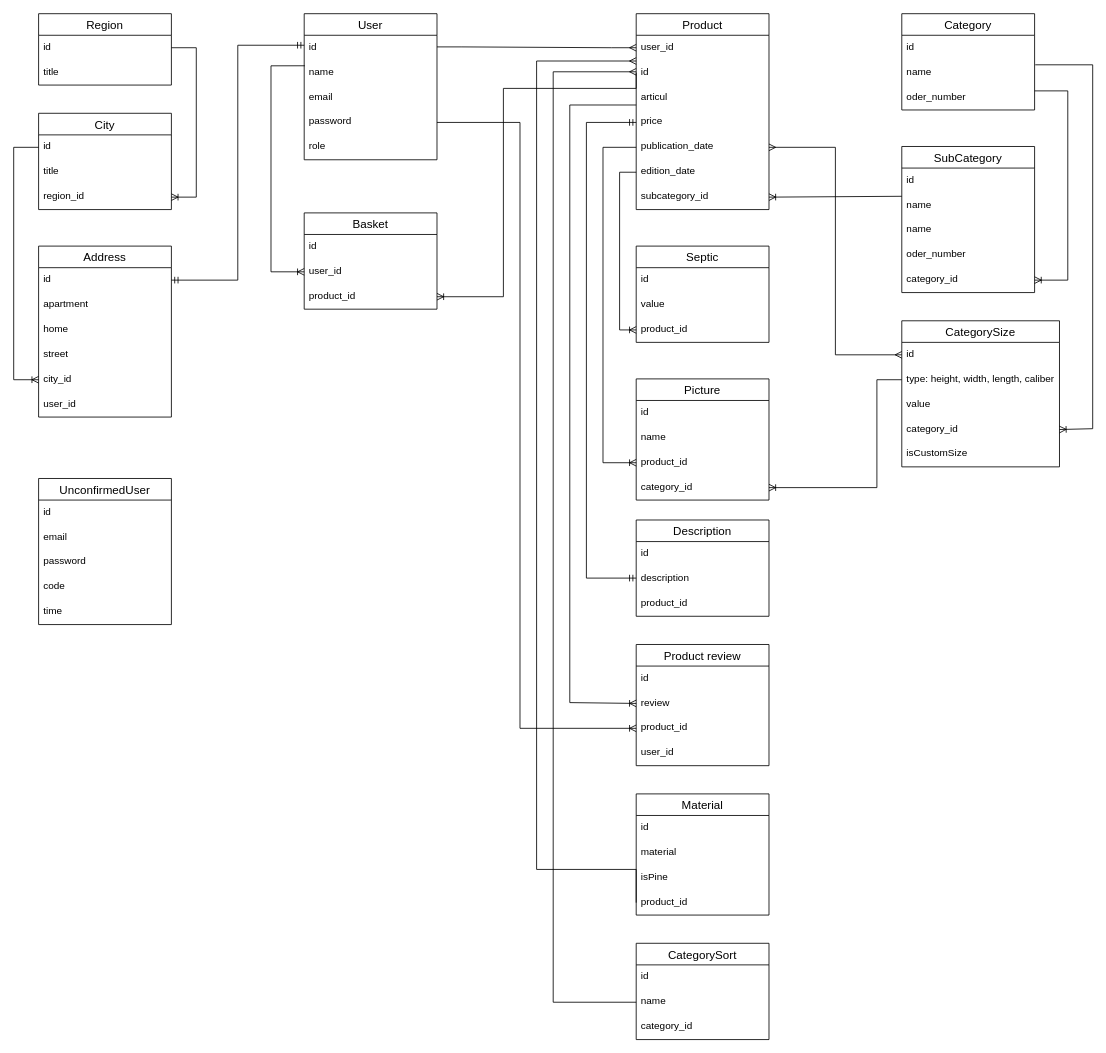
The draw.io diagram lesopilka.drawio in alexeyk500/lesopilka_backend, before the edit. Source tidied: cells renumbered, new cells numbered last; positions are measured from the earlier drawing's top-left corner, leaving out a move shared by most shapes. Both pictures are drawn from the tidied source at 83%, with x=0, y=0 at pixel (13, 13).
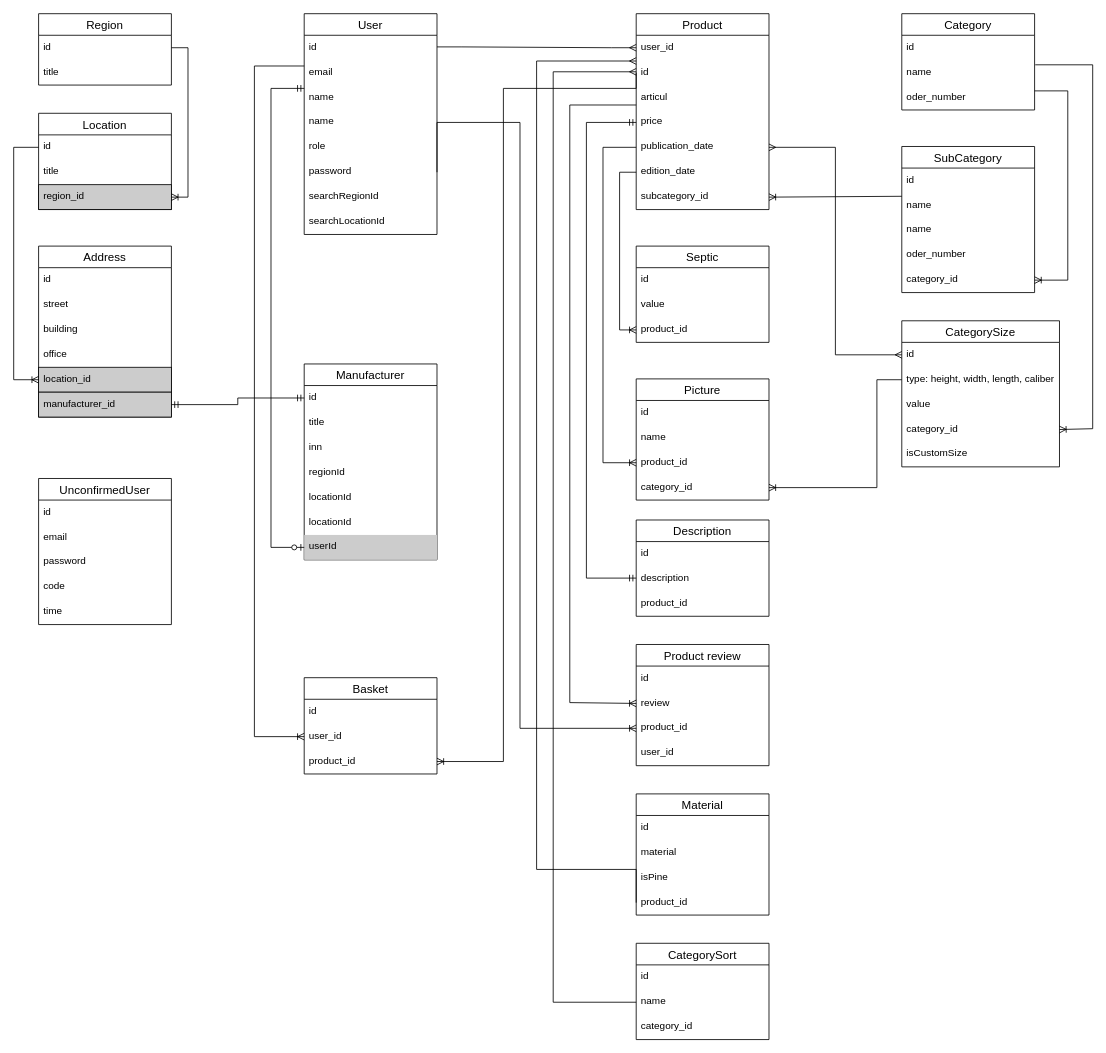
After the change.

Commit message (it also covers changes not shown here):
User Data structure - refactored

The change refers to these unchanged cells:
```xml
<mxCell id="7" value="id" style="text;strokeColor=none;fillColor=none;spacingLeft=4;spacingRight=4;overflow=hidden;points=[[0,0.5],[1,0.5]];portConstraint=eastwest;fontSize=12;" parent="6" vertex="1">
  <mxGeometry y="26" width="160" height="30" as="geometry" />
</mxCell>
<mxCell id="9" value="Address" style="swimlane;fontStyle=0;horizontal=1;startSize=26;align=center;fontSize=14;" parent="1" vertex="1">
  <mxGeometry x="30" y="280" width="160" height="206" as="geometry" />
</mxCell>
<mxCell id="10" value="id" style="text;strokeColor=none;fillColor=none;spacingLeft=4;spacingRight=4;overflow=hidden;points=[[0,0.5],[1,0.5]];portConstraint=eastwest;fontSize=12;" parent="9" vertex="1">
  <mxGeometry y="26" width="160" height="30" as="geometry" />
</mxCell>
<mxCell id="24" value="user_id" style="text;strokeColor=none;fillColor=none;spacingLeft=4;spacingRight=4;overflow=hidden;points=[[0,0.5],[1,0.5]];portConstraint=eastwest;fontSize=12;" parent="22" vertex="1">
  <mxGeometry y="56" width="160" height="30" as="geometry" />
</mxCell>
<mxCell id="25" value="product_id" style="text;strokeColor=none;fillColor=none;spacingLeft=4;spacingRight=4;overflow=hidden;points=[[0,0.5],[1,0.5]];portConstraint=eastwest;fontSize=12;" parent="22" vertex="1">
  <mxGeometry y="86" width="160" height="30" as="geometry" />
</mxCell>
<mxCell id="29" value="id" style="text;strokeColor=none;fillColor=none;spacingLeft=4;spacingRight=4;overflow=hidden;points=[[0,0.5],[1,0.5]];portConstraint=eastwest;fontSize=12;" parent="27" vertex="1">
  <mxGeometry y="56" width="160" height="30" as="geometry" />
</mxCell>
```

What changed in the source:
```diff
@@
-    <mxCell id="2" value="City" style="swimlane;fontStyle=0;horizontal=1;startSize=26;align=center;fontSize=14;" parent="1" vertex="1">
+    <mxCell id="2" value="Location" style="swimlane;fontStyle=0;horizontal=1;startSize=26;align=center;fontSize=14;" parent="1" vertex="1">
       <mxGeometry x="30" y="120" width="160" height="116" as="geometry" />
     </mxCell>
@@
-    <mxCell id="5" value="region_id" style="text;strokeColor=none;fillColor=none;spacingLeft=4;spacingRight=4;overflow=hidden;points=[[0,0.5],[1,0.5]];portConstraint=eastwest;fontSize=12;" parent="2" vertex="1">
+    <mxCell id="5" value="region_id" style="text;strokeColor=default;fillColor=#CCCCCC;spacingLeft=4;spacingRight=4;overflow=hidden;points=[[0,0.5],[1,0.5]];portConstraint=eastwest;fontSize=12;" parent="2" vertex="1">
       <mxGeometry y="86" width="160" height="30" as="geometry" />
     </mxCell>
@@
+    <mxCell id="13" value="street&#10;" style="text;strokeColor=none;fillColor=none;spacingLeft=4;spacingRight=4;overflow=hidden;fontSize=12;" parent="9" vertex="1">
+      <mxGeometry y="56" width="160" height="30" as="geometry" />
+    </mxCell>
+    <mxCell id="12" value="building" style="text;strokeColor=none;fillColor=none;spacingLeft=4;spacingRight=4;overflow=hidden;fontSize=12;" parent="9" vertex="1">
+      <mxGeometry y="86" width="160" height="30" as="geometry" />
+    </mxCell>
-    <mxCell id="11" value="apartment" style="text;strokeColor=none;fillColor=none;spacingLeft=4;spacingRight=4;overflow=hidden;fontSize=12;" parent="9" vertex="1">
-      <mxGeometry y="56" width="160" height="30" as="geometry" />
+    <mxCell id="11" value="office" style="text;strokeColor=none;fillColor=none;spacingLeft=4;spacingRight=4;overflow=hidden;fontSize=12;" parent="9" vertex="1">
+      <mxGeometry y="116" width="160" height="30" as="geometry" />
     </mxCell>
-    <mxCell id="12" value="home" style="text;strokeColor=none;fillColor=none;spacingLeft=4;spacingRight=4;overflow=hidden;fontSize=12;" parent="9" vertex="1">
-      <mxGeometry y="86" width="160" height="30" as="geometry" />
-    </mxCell>
-    <mxCell id="13" value="street&#10;" style="text;strokeColor=none;fillColor=none;spacingLeft=4;spacingRight=4;overflow=hidden;fontSize=12;" parent="9" vertex="1">
-      <mxGeometry y="116" width="160" height="30" as="geometry" />
-    </mxCell>
-    <mxCell id="14" value="city_id" style="text;strokeColor=none;fillColor=none;spacingLeft=4;spacingRight=4;overflow=hidden;points=[[0,0.5],[1,0.5]];portConstraint=eastwest;fontSize=12;" parent="9" vertex="1">
+    <mxCell id="14" value="location_id" style="text;strokeColor=default;fillColor=#CCCCCC;spacingLeft=4;spacingRight=4;overflow=hidden;points=[[0,0.5],[1,0.5]];portConstraint=eastwest;fontSize=12;" parent="9" vertex="1">
       <mxGeometry y="146" width="160" height="30" as="geometry" />
     </mxCell>
-    <mxCell id="15" value="user_id" style="text;strokeColor=none;fillColor=none;spacingLeft=4;spacingRight=4;overflow=hidden;points=[[0,0.5],[1,0.5]];portConstraint=eastwest;fontSize=12;" parent="9" vertex="1">
+    <mxCell id="15" value="manufacturer_id" style="text;strokeColor=default;fillColor=#CCCCCC;spacingLeft=4;spacingRight=4;overflow=hidden;points=[[0,0.5],[1,0.5]];portConstraint=eastwest;fontSize=12;perimeterSpacing=0;strokeWidth=1;" parent="9" vertex="1">
       <mxGeometry y="176" width="160" height="30" as="geometry" />
     </mxCell>
     <mxCell id="16" value="User" style="swimlane;fontStyle=0;horizontal=1;startSize=26;align=center;fontSize=14;" parent="1" vertex="1">
-      <mxGeometry x="350" width="160" height="176" as="geometry" />
+      <mxGeometry x="350" width="160" height="266" as="geometry" />
     </mxCell>
@@
+    <mxCell id="19" value="email" style="text;strokeColor=none;fillColor=none;spacingLeft=4;spacingRight=4;overflow=hidden;fontSize=12;" parent="16" vertex="1">
+      <mxGeometry y="56" width="160" height="30" as="geometry" />
+    </mxCell>
+    <mxCell id="101" value="name" style="text;strokeColor=none;fillColor=none;spacingLeft=4;spacingRight=4;overflow=hidden;fontSize=12;" parent="16" vertex="1">
+      <mxGeometry y="86" width="160" height="30" as="geometry" />
+    </mxCell>
     <mxCell id="18" value="name" style="text;strokeColor=none;fillColor=none;spacingLeft=4;spacingRight=4;overflow=hidden;points=[[0,0.5],[1,0.5]];portConstraint=eastwest;fontSize=12;" parent="16" vertex="1">
-      <mxGeometry y="56" width="160" height="30" as="geometry" />
+      <mxGeometry y="116" width="160" height="30" as="geometry" />
     </mxCell>
-    <mxCell id="19" value="email" style="text;strokeColor=none;fillColor=none;spacingLeft=4;spacingRight=4;overflow=hidden;fontSize=12;" parent="16" vertex="1">
-      <mxGeometry y="86" width="160" height="30" as="geometry" />
-    </mxCell>
+    <mxCell id="21" value="role" style="text;strokeColor=none;fillColor=none;spacingLeft=4;spacingRight=4;overflow=hidden;fontSize=12;" parent="16" vertex="1">
+      <mxGeometry y="146" width="160" height="30" as="geometry" />
+    </mxCell>
     <mxCell id="20" value="password" style="text;strokeColor=none;fillColor=none;spacingLeft=4;spacingRight=4;overflow=hidden;points=[[0,0.5],[1,0.5]];portConstraint=eastwest;fontSize=12;" parent="16" vertex="1">
-      <mxGeometry y="116" width="160" height="30" as="geometry" />
+      <mxGeometry y="176" width="160" height="30" as="geometry" />
     </mxCell>
-    <mxCell id="21" value="role" style="text;strokeColor=none;fillColor=none;spacingLeft=4;spacingRight=4;overflow=hidden;fontSize=12;" parent="16" vertex="1">
-      <mxGeometry y="146" width="160" height="30" as="geometry" />
-    </mxCell>
+    <mxCell id="102" value="searchRegionId" style="text;strokeColor=none;fillColor=none;spacingLeft=4;spacingRight=4;overflow=hidden;fontSize=12;" parent="16" vertex="1">
+      <mxGeometry y="206" width="160" height="30" as="geometry" />
+    </mxCell>
+    <mxCell id="103" value="searchLocationId" style="text;strokeColor=none;fillColor=none;spacingLeft=4;spacingRight=4;overflow=hidden;fontSize=12;" parent="16" vertex="1">
+      <mxGeometry y="236" width="160" height="30" as="geometry" />
+    </mxCell>
     <mxCell id="22" value="Basket" style="swimlane;fontStyle=0;horizontal=1;startSize=26;align=center;fontSize=14;" parent="1" vertex="1">
-      <mxGeometry x="350" y="240" width="160" height="116" as="geometry" />
+      <mxGeometry x="350" y="800" width="160" height="116" as="geometry" />
     </mxCell>
@@
-    <mxCell id="26" style="edgeStyle=orthogonalEdgeStyle;fontSize=12;html=1;endArrow=ERoneToMany;rounded=0;fontFamily=Helvetica;fontColor=default;entryX=0;entryY=0.5;entryDx=0;entryDy=0;exitX=0.005;exitY=0.225;exitDx=0;exitDy=0;exitPerimeter=0;" parent="1" edge="1" source="18" target="24">
+    <mxCell id="26" style="edgeStyle=orthogonalEdgeStyle;fontSize=12;html=1;endArrow=ERoneToMany;rounded=0;fontFamily=Helvetica;fontColor=default;entryX=0;entryY=0.5;entryDx=0;entryDy=0;" parent="1" edge="1" target="24">
       <mxGeometry relative="1" as="geometry">
+        <mxPoint x="350" y="63" as="sourcePoint" />
         <Array as="points">
-          <mxPoint x="310" y="63" />
-          <mxPoint x="310" y="311" />
+          <mxPoint x="290" y="63" />
+          <mxPoint x="290" y="871" />
         </Array>
       </mxGeometry>
     </mxCell>
@@
     <mxCell id="39" style="edgeStyle=orthogonalEdgeStyle;fontSize=12;html=1;endArrow=ERoneToMany;rounded=0;fontFamily=Helvetica;fontColor=default;entryX=1;entryY=0.5;entryDx=0;entryDy=0;exitX=0;exitY=0.5;exitDx=0;exitDy=0;" parent="1" edge="1" source="29" target="25">
       <mxGeometry relative="1" as="geometry">
         <Array as="points">
           <mxPoint x="750" y="90" />
           <mxPoint x="590" y="90" />
-          <mxPoint x="590" y="341" />
+          <mxPoint x="590" y="901" />
         </Array>
       </mxGeometry>
     </mxCell>
@@
-    <mxCell id="85" style="edgeStyle=entityRelationEdgeStyle;fontSize=12;html=1;endArrow=ERoneToMany;rounded=0;entryX=1;entryY=0.5;entryDx=0;entryDy=0;" parent="1" edge="1" source="7" target="5">
-      <mxGeometry relative="1" as="geometry" />
+    <mxCell id="85" style="edgeStyle=orthogonalEdgeStyle;fontSize=12;html=1;endArrow=ERoneToMany;rounded=0;entryX=1;entryY=0.5;entryDx=0;entryDy=0;exitX=1;exitY=0.5;exitDx=0;exitDy=0;" parent="1" edge="1" source="7" target="5">
+      <mxGeometry relative="1" as="geometry">
+        <Array as="points">
+          <mxPoint x="210" y="41" />
+          <mxPoint x="210" y="221" />
+        </Array>
+      </mxGeometry>
     </mxCell>
@@
-    <mxCell id="100" style="edgeStyle=orthogonalEdgeStyle;fontSize=12;html=1;endArrow=ERmandOne;startArrow=ERmandOne;rounded=0;exitX=1;exitY=0.5;exitDx=0;exitDy=0;" parent="1" edge="1" source="10">
-      <mxGeometry relative="1" as="geometry">
-        <mxPoint x="350" y="38" as="targetPoint" />
-        <Array as="points">
-          <mxPoint x="270" y="321" />
-          <mxPoint x="270" y="38" />
-        </Array>
-      </mxGeometry>
+    <mxCell id="100" style="fontSize=12;html=1;endArrow=ERmandOne;startArrow=ERmandOne;rounded=0;entryX=0;entryY=0.5;entryDx=0;entryDy=0;edgeStyle=orthogonalEdgeStyle;" parent="1" edge="1" source="15" target="105">
+      <mxGeometry relative="1" as="geometry" />
     </mxCell>
+    <mxCell id="104" value="Manufacturer" style="swimlane;fontStyle=0;horizontal=1;startSize=26;align=center;fontSize=14;" parent="1" vertex="1">
+      <mxGeometry x="350" y="422" width="160" height="236" as="geometry" />
+    </mxCell>
+    <mxCell id="105" value="id" style="text;strokeColor=none;fillColor=none;spacingLeft=4;spacingRight=4;overflow=hidden;points=[[0,0.5],[1,0.5]];portConstraint=eastwest;fontSize=12;" parent="104" vertex="1">
+      <mxGeometry y="26" width="160" height="30" as="geometry" />
+    </mxCell>
+    <mxCell id="106" value="title" style="text;strokeColor=none;fillColor=none;spacingLeft=4;spacingRight=4;overflow=hidden;fontSize=12;" parent="104" vertex="1">
+      <mxGeometry y="56" width="160" height="30" as="geometry" />
+    </mxCell>
+    <mxCell id="107" value="inn" style="text;strokeColor=none;fillColor=none;spacingLeft=4;spacingRight=4;overflow=hidden;fontSize=12;" parent="104" vertex="1">
+      <mxGeometry y="86" width="160" height="30" as="geometry" />
+    </mxCell>
+    <mxCell id="108" value="regionId" style="text;strokeColor=none;fillColor=none;spacingLeft=4;spacingRight=4;overflow=hidden;fontSize=12;" parent="104" vertex="1">
+      <mxGeometry y="116" width="160" height="30" as="geometry" />
+    </mxCell>
+    <mxCell id="109" value="locationId" style="text;strokeColor=none;fillColor=none;spacingLeft=4;spacingRight=4;overflow=hidden;fontSize=12;" parent="104" vertex="1">
+      <mxGeometry y="146" width="160" height="30" as="geometry" />
+    </mxCell>
+    <mxCell id="110" value="locationId" style="text;strokeColor=none;fillColor=none;spacingLeft=4;spacingRight=4;overflow=hidden;fontSize=12;" parent="104" vertex="1">
+      <mxGeometry y="176" width="160" height="30" as="geometry" />
+    </mxCell>
+    <mxCell id="111" value="userId&#10;" style="text;spacingLeft=4;spacingRight=4;overflow=hidden;points=[[0,0.5],[1,0.5]];portConstraint=eastwest;fontSize=12;fillColor=#CCCCCC;" parent="104" vertex="1">
+      <mxGeometry y="206" width="160" height="30" as="geometry" />
+    </mxCell>
+    <mxCell id="112" style="edgeStyle=orthogonalEdgeStyle;fontSize=12;html=1;endArrow=ERzeroToOne;startArrow=ERmandOne;rounded=0;entryX=0;entryY=0.5;entryDx=0;entryDy=0;" parent="1" edge="1" target="111">
+      <mxGeometry relative="1" as="geometry">
+        <mxPoint x="350" y="90" as="sourcePoint" />
+        <Array as="points">
+          <mxPoint x="310" y="90" />
+          <mxPoint x="310" y="643" />
+        </Array>
+      </mxGeometry>
+    </mxCell>
```
